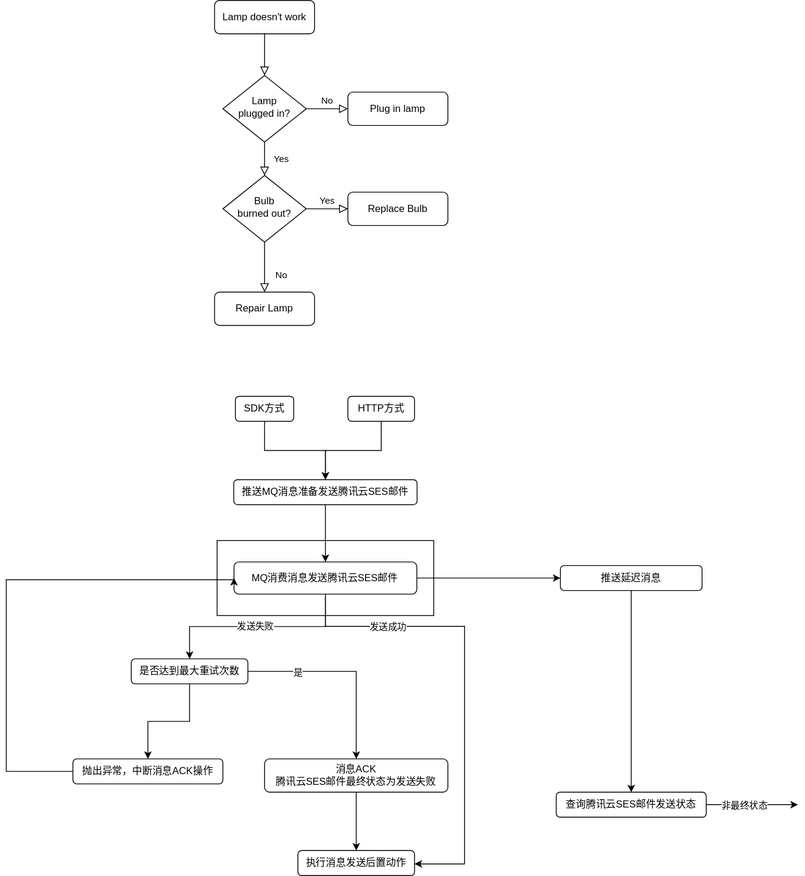
The draw.io diagram 新增消息类型.drawio.svg in 1171229771/draw, before a commit. Source tidied: cells renumbered, new cells last; positions are measured from the earlier drawing's top-left corner, leaving out a move shared by most shapes.
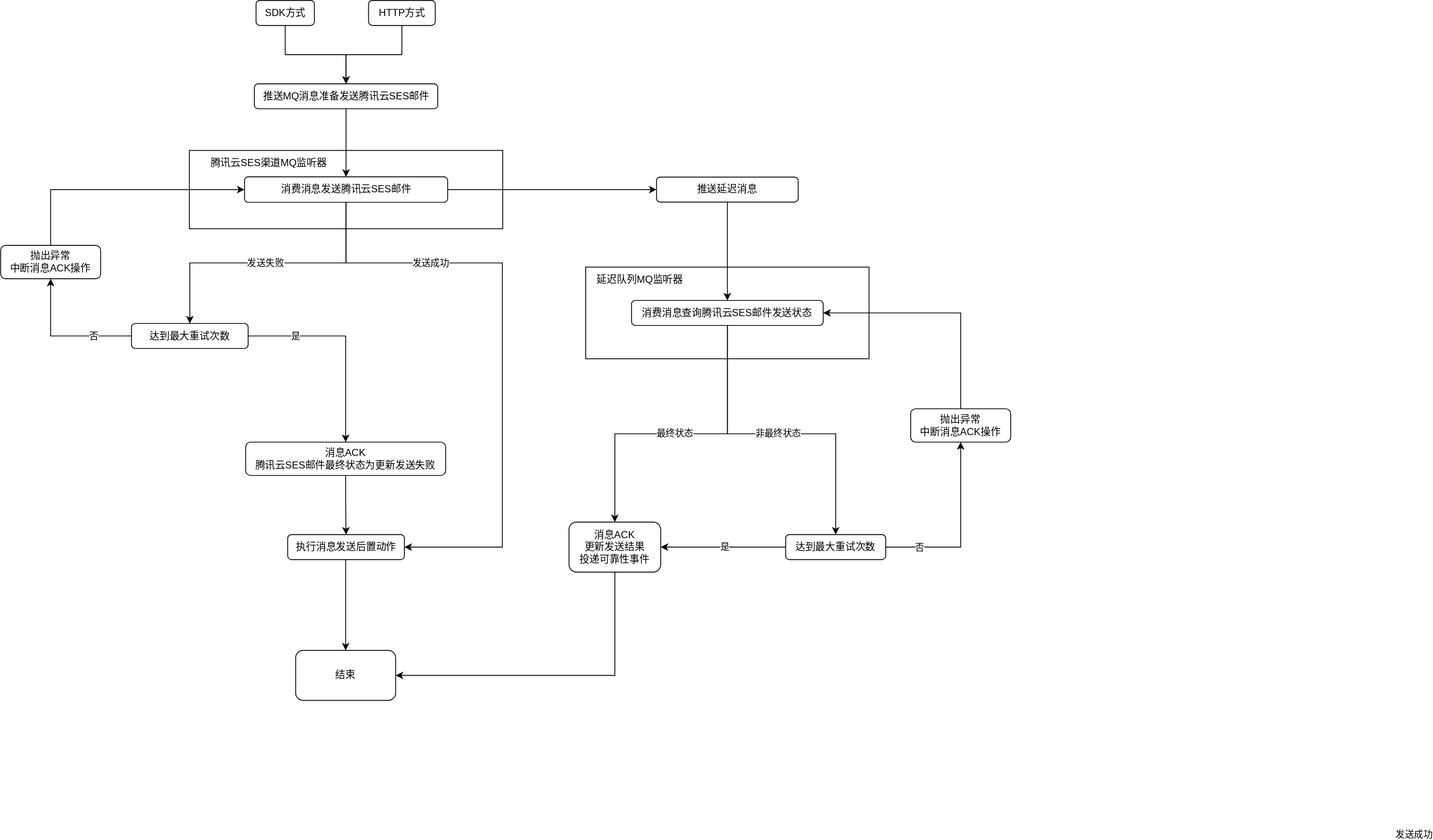
The same file after the commit.

Commit message:
更新新增消息类型.drawio.svg

Change to the diagram source:
```diff
@@ -2,45 +2,24 @@
   <root>
     <mxCell id="0" />
     <mxCell id="1" parent="0" />
+    <mxCell id="41" style="group;fillColor=default;strokeColor=default;" parent="1" vertex="1">
+      <mxGeometry x="670" y="790" width="340" height="110" as="geometry" />
+    </mxCell>
+    <mxCell id="42" value="消费消息查询腾讯云SES邮件发送状态" style="rounded=1;whiteSpace=wrap;html=1;" parent="41" vertex="1">
+      <mxGeometry x="55" y="40" width="230" height="30" as="geometry" />
+    </mxCell>
+    <mxCell id="43" value="延迟队列MQ监听器" style="text;html=1;align=center;verticalAlign=middle;strokeColor=none;fillColor=none;" parent="41" vertex="1">
+      <mxGeometry width="130" height="30" as="geometry" />
+    </mxCell>
     <mxCell id="2" style="group;fillColor=default;strokeColor=default;" parent="1" vertex="1">
-      <mxGeometry x="253" y="648" width="260" height="90" as="geometry" />
+      <mxGeometry x="194.5" y="650" width="376" height="94" as="geometry" />
     </mxCell>
-    <mxCell id="3" value="MQ消费消息发送腾讯云SES邮件" style="rounded=1;whiteSpace=wrap;html=1;" parent="2" vertex="1">
-      <mxGeometry x="20.3" y="25.7" width="219.4" height="38.6" as="geometry" />
+    <mxCell id="3" value="消费消息发送腾讯云SES邮件" style="rounded=1;whiteSpace=wrap;html=1;" parent="2" vertex="1">
+      <mxGeometry x="66.1" y="31.7" width="243.8" height="30.6" as="geometry" />
     </mxCell>
-    <mxCell id="4" style="rounded=0;html=1;jettySize=auto;fontSize=11;endArrow=block;endFill=0;endSize=8;strokeWidth=1;shadow=0;labelBackgroundColor=none;edgeStyle=orthogonalEdgeStyle;" parent="1" edge="1" source="5" target="8">
-      <mxGeometry relative="1" as="geometry" />
-    </mxCell>
-    <mxCell id="5" value="Lamp doesn't work" style="rounded=1;whiteSpace=wrap;html=1;fontSize=12;glass=0;strokeWidth=1;shadow=0;" parent="1" vertex="1">
-      <mxGeometry x="250" width="120" height="40" as="geometry" />
-    </mxCell>
-    <mxCell id="6" value="Yes" style="rounded=0;html=1;jettySize=auto;fontSize=11;endArrow=block;endFill=0;endSize=8;strokeWidth=1;shadow=0;labelBackgroundColor=none;edgeStyle=orthogonalEdgeStyle;" parent="1" edge="1" source="8" target="12">
-      <mxGeometry y="20" relative="1" as="geometry" />
-    </mxCell>
-    <mxCell id="7" value="No" style="edgeStyle=orthogonalEdgeStyle;rounded=0;html=1;jettySize=auto;fontSize=11;endArrow=block;endFill=0;endSize=8;strokeWidth=1;shadow=0;labelBackgroundColor=none;" parent="1" edge="1" source="8" target="9">
-      <mxGeometry y="10" relative="1" as="geometry" />
-    </mxCell>
-    <mxCell id="8" value="Lamp&lt;br&gt;plugged in?" style="rhombus;whiteSpace=wrap;html=1;shadow=0;fontFamily=Helvetica;fontSize=12;align=center;strokeWidth=1;spacing=6;spacingTop=-4;" parent="1" vertex="1">
-      <mxGeometry x="260" y="90" width="100" height="80" as="geometry" />
-    </mxCell>
-    <mxCell id="9" value="Plug in lamp" style="rounded=1;whiteSpace=wrap;html=1;fontSize=12;glass=0;strokeWidth=1;shadow=0;" parent="1" vertex="1">
-      <mxGeometry x="410" y="110" width="120" height="40" as="geometry" />
-    </mxCell>
-    <mxCell id="10" value="No" style="rounded=0;html=1;jettySize=auto;fontSize=11;endArrow=block;endFill=0;endSize=8;strokeWidth=1;shadow=0;labelBackgroundColor=none;edgeStyle=orthogonalEdgeStyle;" parent="1" edge="1" source="12" target="13">
-      <mxGeometry x="0.33" y="20" relative="1" as="geometry" />
-    </mxCell>
-    <mxCell id="11" value="Yes" style="edgeStyle=orthogonalEdgeStyle;rounded=0;html=1;jettySize=auto;fontSize=11;endArrow=block;endFill=0;endSize=8;strokeWidth=1;shadow=0;labelBackgroundColor=none;" parent="1" edge="1" source="12" target="14">
-      <mxGeometry y="10" relative="1" as="geometry" />
-    </mxCell>
-    <mxCell id="12" value="Bulb&lt;br&gt;burned out?" style="rhombus;whiteSpace=wrap;html=1;shadow=0;fontFamily=Helvetica;fontSize=12;align=center;strokeWidth=1;spacing=6;spacingTop=-4;" parent="1" vertex="1">
-      <mxGeometry x="260" y="210" width="100" height="80" as="geometry" />
-    </mxCell>
-    <mxCell id="13" value="Repair Lamp" style="rounded=1;whiteSpace=wrap;html=1;fontSize=12;glass=0;strokeWidth=1;shadow=0;" parent="1" vertex="1">
-      <mxGeometry x="250" y="350" width="120" height="40" as="geometry" />
-    </mxCell>
-    <mxCell id="14" value="Replace Bulb" style="rounded=1;whiteSpace=wrap;html=1;fontSize=12;glass=0;strokeWidth=1;shadow=0;" parent="1" vertex="1">
-      <mxGeometry x="410" y="230" width="120" height="40" as="geometry" />
-    </mxCell>
+    <mxCell id="44" value="腾讯云SES渠道MQ监听器" style="text;html=1;strokeColor=none;fillColor=none;align=center;verticalAlign=middle;whiteSpace=wrap;rounded=0;" parent="2" vertex="1">
+      <mxGeometry x="15.5" width="160" height="30" as="geometry" />
+    </mxCell>
     <mxCell id="15" style="edgeStyle=orthogonalEdgeStyle;rounded=0;jettySize=auto;html=1;entryX=0.5;entryY=0;entryDx=0;entryDy=0;" parent="1" edge="1" source="25" target="18">
       <mxGeometry relative="1" as="geometry" />
     </mxCell>
@@ -51,37 +30,13 @@
       <mxGeometry relative="1" as="geometry" />
     </mxCell>
     <mxCell id="18" value="推送MQ消息准备发送腾讯云SES邮件" style="rounded=1;whiteSpace=wrap;html=1;" parent="1" vertex="1">
-      <mxGeometry x="273" y="575" width="220" height="30" as="geometry" />
+      <mxGeometry x="272.5" y="570" width="220" height="30" as="geometry" />
     </mxCell>
     <mxCell id="19" style="edgeStyle=orthogonalEdgeStyle;rounded=0;jettySize=auto;html=1;" parent="1" edge="1" source="3" target="28">
       <mxGeometry relative="1" as="geometry" />
     </mxCell>
-    <mxCell id="20" style="edgeStyle=orthogonalEdgeStyle;rounded=0;orthogonalLoop=1;jettySize=auto;html=1;exitX=0.5;exitY=1;exitDx=0;exitDy=0;entryX=1;entryY=0.5;entryDx=0;entryDy=0;" parent="1" edge="1">
-      <mxGeometry relative="1" as="geometry">
-        <mxPoint x="383" y="715.3" as="sourcePoint" />
-        <mxPoint x="490" y="1036" as="targetPoint" />
-        <Array as="points">
-          <mxPoint x="383" y="751" />
-          <mxPoint x="550" y="751" />
-          <mxPoint x="550" y="1036" />
-        </Array>
-      </mxGeometry>
-    </mxCell>
-    <mxCell id="21" value="发送成功" style="edgeLabel;html=1;align=center;verticalAlign=middle;" parent="20" vertex="1">
-      <mxGeometry x="-0.04" width="70" height="30" relative="1" as="geometry">
-        <mxPoint x="-127" y="-73" as="offset" />
-      </mxGeometry>
-    </mxCell>
-    <mxCell id="22" style="edgeStyle=orthogonalEdgeStyle;rounded=0;jettySize=auto;html=1;" parent="1" edge="1" source="3" target="35">
-      <mxGeometry relative="1" as="geometry" />
-    </mxCell>
-    <mxCell id="23" value="发送失败" style="edgeLabel;html=1;align=center;verticalAlign=middle;" parent="22" vertex="1">
-      <mxGeometry x="0.12" y="3" width="70" height="30" relative="1" as="geometry">
-        <mxPoint x="-23" y="-18" as="offset" />
-      </mxGeometry>
-    </mxCell>
     <mxCell id="24" style="group;" parent="1" vertex="1">
-      <mxGeometry x="275" y="475" width="215" height="30" as="geometry" />
+      <mxGeometry x="274.5" y="470" width="215" height="30" as="geometry" />
     </mxCell>
     <mxCell id="25" value="SDK方式" style="rounded=1;whiteSpace=wrap;html=1;fontSize=12;glass=0;strokeWidth=1;shadow=0;" parent="24" vertex="1">
       <mxGeometry width="70" height="30" as="geometry" />
@@ -89,58 +44,149 @@
     <mxCell id="26" value="HTTP方式&lt;br&gt;" style="rounded=1;whiteSpace=wrap;html=1;" parent="24" vertex="1">
       <mxGeometry x="135" width="80" height="30" as="geometry" />
     </mxCell>
-    <mxCell id="27" style="edgeStyle=orthogonalEdgeStyle;rounded=0;jettySize=auto;html=1;entryX=0.5;entryY=0;entryDx=0;entryDy=0;" parent="1" edge="1" source="28" target="31">
+    <mxCell id="27" style="edgeStyle=orthogonalEdgeStyle;rounded=0;jettySize=auto;html=1;entryX=0.5;entryY=0;entryDx=0;entryDy=0;" parent="1" edge="1" source="28" target="42">
       <mxGeometry relative="1" as="geometry" />
     </mxCell>
     <mxCell id="28" value="推送延迟消息" style="rounded=1;whiteSpace=wrap;html=1;" parent="1" vertex="1">
-      <mxGeometry x="665" y="678" width="170" height="30" as="geometry" />
+      <mxGeometry x="755" y="682" width="170" height="30" as="geometry" />
     </mxCell>
-    <mxCell id="29" style="edgeStyle=orthogonalEdgeStyle;rounded=0;jettySize=auto;html=1;" parent="1" edge="1" source="31">
-      <mxGeometry relative="1" as="geometry">
-        <mxPoint x="950" y="965" as="targetPoint" />
-      </mxGeometry>
-    </mxCell>
-    <mxCell id="30" value="非最终状态" style="edgeLabel;html=1;align=center;verticalAlign=middle;" parent="29" vertex="1">
-      <mxGeometry x="-0.19" y="-2" relative="1" as="geometry">
-        <mxPoint y="-2" as="offset" />
-      </mxGeometry>
-    </mxCell>
-    <mxCell id="31" value="查询腾讯云SES邮件发送状态&lt;br&gt;" style="rounded=1;whiteSpace=wrap;html=1;" parent="1" vertex="1">
-      <mxGeometry x="660" y="950" width="180" height="30" as="geometry" />
-    </mxCell>
-    <mxCell id="32" style="edgeStyle=orthogonalEdgeStyle;rounded=0;jettySize=auto;html=1;" parent="1" edge="1" source="35" target="37">
-      <mxGeometry relative="1" as="geometry" />
+    <mxCell id="32" style="edgeStyle=orthogonalEdgeStyle;rounded=0;jettySize=auto;html=1;entryX=0.5;entryY=0;entryDx=0;entryDy=0;" parent="1" edge="1" source="35" target="37">
+      <mxGeometry relative="1" as="geometry">
+        <Array as="points">
+          <mxPoint x="382" y="873" />
+        </Array>
+      </mxGeometry>
     </mxCell>
-    <mxCell id="33" value="是" style="edgeLabel;html=1;align=center;verticalAlign=middle;" parent="32" vertex="1">
-      <mxGeometry x="-0.3" y="-2" width="30" height="30" relative="1" as="geometry">
-        <mxPoint x="-38" y="-15" as="offset" />
-      </mxGeometry>
-    </mxCell>
+    <mxCell id="45" value="是" style="edgeLabel;html=1;align=center;verticalAlign=middle;" parent="32" vertex="1">
+      <mxGeometry x="0.21" y="2" relative="1" as="geometry">
+        <mxPoint x="-63" y="-31" as="offset" />
+      </mxGeometry>
+    </mxCell>
-    <mxCell id="34" style="edgeStyle=orthogonalEdgeStyle;rounded=0;jettySize=auto;html=1;entryX=0.5;entryY=0;entryDx=0;entryDy=0;" parent="1" edge="1" source="35" target="39">
+    <mxCell id="34" style="edgeStyle=orthogonalEdgeStyle;rounded=0;jettySize=auto;html=1;" parent="1" edge="1" source="35" target="39">
       <mxGeometry relative="1" as="geometry" />
     </mxCell>
+    <mxCell id="46" value="否" style="edgeLabel;html=1;align=center;verticalAlign=middle;" parent="34" vertex="1">
+      <mxGeometry x="0.14" y="1" relative="1" as="geometry">
+        <mxPoint x="48" y="-1" as="offset" />
+      </mxGeometry>
+    </mxCell>
-    <mxCell id="35" value="是否达到最大重试次数" style="rounded=1;whiteSpace=wrap;html=1;" parent="1" vertex="1">
-      <mxGeometry x="150" y="790" width="140" height="30" as="geometry" />
+    <mxCell id="35" value="达到最大重试次数" style="rounded=1;whiteSpace=wrap;html=1;" parent="1" vertex="1">
+      <mxGeometry x="125" y="857.7" width="140" height="30" as="geometry" />
     </mxCell>
     <mxCell id="36" style="edgeStyle=orthogonalEdgeStyle;rounded=0;jettySize=auto;html=1;entryX=0.5;entryY=0;entryDx=0;entryDy=0;" parent="1" edge="1" source="37" target="40">
       <mxGeometry relative="1" as="geometry" />
     </mxCell>
-    <mxCell id="37" value="消息ACK&lt;br&gt;腾讯云SES邮件最终状态为发送失败" style="rounded=1;whiteSpace=wrap;html=1;" parent="1" vertex="1">
-      <mxGeometry x="310" y="910" width="220" height="40" as="geometry" />
+    <mxCell id="37" value="消息ACK&lt;br&gt;腾讯云SES邮件最终状态为更新发送失败" style="rounded=1;whiteSpace=wrap;html=1;" parent="1" vertex="1">
+      <mxGeometry x="262" y="1000" width="240" height="40" as="geometry" />
     </mxCell>
-    <mxCell id="38" style="edgeStyle=orthogonalEdgeStyle;rounded=0;jettySize=auto;html=1;entryX=0;entryY=0.5;entryDx=0;entryDy=0;" parent="1" edge="1" source="39" target="3">
-      <mxGeometry relative="1" as="geometry">
-        <Array as="points">
-          <mxPoint y="925" />
-          <mxPoint y="695" />
-        </Array>
-      </mxGeometry>
+    <mxCell id="38" style="edgeStyle=orthogonalEdgeStyle;rounded=0;jettySize=auto;html=1;exitX=0.5;exitY=0;exitDx=0;exitDy=0;entryX=0;entryY=0.5;entryDx=0;entryDy=0;" parent="1" edge="1" source="39" target="3">
+      <mxGeometry relative="1" as="geometry" />
     </mxCell>
-    <mxCell id="39" value="抛出异常，中断消息ACK操作" style="rounded=1;whiteSpace=wrap;html=1;" parent="1" vertex="1">
-      <mxGeometry x="80" y="910" width="180" height="30" as="geometry" />
+    <mxCell id="39" value="抛出异常&lt;br&gt;中断消息ACK操作" style="rounded=1;whiteSpace=wrap;html=1;" parent="1" vertex="1">
+      <mxGeometry x="-32" y="764" width="120" height="40" as="geometry" />
     </mxCell>
+    <mxCell id="47" style="edgeStyle=orthogonalEdgeStyle;rounded=0;jettySize=auto;html=1;" parent="1" edge="1" source="40">
+      <mxGeometry relative="1" as="geometry">
+        <mxPoint x="382" y="1250" as="targetPoint" />
+      </mxGeometry>
+    </mxCell>
     <mxCell id="40" value="执行消息发送后置动作" style="rounded=1;whiteSpace=wrap;html=1;" parent="1" vertex="1">
-      <mxGeometry x="350" y="1020" width="140" height="30" as="geometry" />
+      <mxGeometry x="312.5" y="1111" width="140" height="30" as="geometry" />
     </mxCell>
+    <mxCell id="48" style="edgeStyle=orthogonalEdgeStyle;rounded=0;jettySize=auto;html=1;exitX=0.5;exitY=1;exitDx=0;exitDy=0;entryX=1;entryY=0.5;entryDx=0;entryDy=0;" parent="1" edge="1" source="3" target="40">
+      <mxGeometry relative="1" as="geometry">
+        <Array as="points">
+          <mxPoint x="383" y="785" />
+          <mxPoint x="570" y="785" />
+          <mxPoint x="570" y="1126" />
+        </Array>
+      </mxGeometry>
+    </mxCell>
+    <mxCell id="49" value="发送成功" style="edgeLabel;html=1;align=center;verticalAlign=middle;" parent="48" vertex="1">
+      <mxGeometry x="-0.57" y="1" relative="1" as="geometry">
+        <mxPoint x="1198" y="686" as="offset" />
+      </mxGeometry>
+    </mxCell>
+    <mxCell id="50" value="发送成功" style="edgeLabel;html=1;align=center;verticalAlign=middle;" parent="48" vertex="1">
+      <mxGeometry x="-0.59" y="3" relative="1" as="geometry">
+        <mxPoint x="26" y="2" as="offset" />
+      </mxGeometry>
+    </mxCell>
+    <mxCell id="51" style="edgeStyle=orthogonalEdgeStyle;rounded=0;jettySize=auto;html=1;entryX=1;entryY=0.5;entryDx=0;entryDy=0;" parent="1" edge="1" source="52" target="63">
+      <mxGeometry relative="1" as="geometry">
+        <Array as="points">
+          <mxPoint x="705" y="1280" />
+        </Array>
+      </mxGeometry>
+    </mxCell>
+    <mxCell id="52" value="消息ACK&lt;br&gt;更新发送结果&lt;br&gt;投递可靠性事件" style="rounded=1;whiteSpace=wrap;html=1;" parent="1" vertex="1">
+      <mxGeometry x="650" y="1096" width="110" height="60" as="geometry" />
+    </mxCell>
+    <mxCell id="53" style="edgeStyle=orthogonalEdgeStyle;rounded=0;jettySize=auto;html=1;entryX=0.5;entryY=0;entryDx=0;entryDy=0;" parent="1" edge="1" source="42" target="52">
+      <mxGeometry relative="1" as="geometry">
+        <Array as="points">
+          <mxPoint x="840" y="990" />
+          <mxPoint x="705" y="990" />
+        </Array>
+      </mxGeometry>
+    </mxCell>
+    <mxCell id="54" value="最终状态" style="edgeLabel;html=1;align=center;verticalAlign=middle;" parent="53" vertex="1">
+      <mxGeometry x="0.08" y="-1" width="70" height="30" relative="1" as="geometry">
+        <mxPoint x="-28" y="-14" as="offset" />
+      </mxGeometry>
+    </mxCell>
+    <mxCell id="55" style="edgeStyle=orthogonalEdgeStyle;rounded=0;jettySize=auto;html=1;entryX=1;entryY=0.5;entryDx=0;entryDy=0;" parent="1" edge="1" source="59" target="52">
+      <mxGeometry relative="1" as="geometry" />
+    </mxCell>
+    <mxCell id="56" value="是" style="edgeLabel;html=1;align=center;verticalAlign=middle;" parent="55" vertex="1">
+      <mxGeometry x="-0.01" y="4" relative="1" as="geometry">
+        <mxPoint y="-5" as="offset" />
+      </mxGeometry>
+    </mxCell>
+    <mxCell id="57" style="edgeStyle=orthogonalEdgeStyle;rounded=0;jettySize=auto;html=1;exitX=1;exitY=0.5;exitDx=0;exitDy=0;entryX=0.5;entryY=1;entryDx=0;entryDy=0;" parent="1" edge="1" source="59" target="61">
+      <mxGeometry relative="1" as="geometry" />
+    </mxCell>
+    <mxCell id="58" value="否" style="edgeLabel;html=1;align=center;verticalAlign=middle;" parent="57" vertex="1">
+      <mxGeometry x="-0.51" y="2" relative="1" as="geometry">
+        <mxPoint x="-13" y="2" as="offset" />
+      </mxGeometry>
+    </mxCell>
+    <mxCell id="59" value="达到最大重试次数" style="rounded=1;whiteSpace=wrap;html=1;" parent="1" vertex="1">
+      <mxGeometry x="910" y="1111" width="120" height="30" as="geometry" />
+    </mxCell>
+    <mxCell id="60" style="edgeStyle=orthogonalEdgeStyle;rounded=0;jettySize=auto;html=1;entryX=1;entryY=0.5;entryDx=0;entryDy=0;exitX=0.5;exitY=0;exitDx=0;exitDy=0;" parent="1" edge="1" source="61" target="42">
+      <mxGeometry relative="1" as="geometry">
+        <Array as="points">
+          <mxPoint x="1120" y="845" />
+        </Array>
+      </mxGeometry>
+    </mxCell>
+    <mxCell id="61" value="抛出异常&lt;br style=&quot;border-color: var(--border-color);&quot;&gt;中断消息ACK操作" style="whiteSpace=wrap;html=1;rounded=1;" parent="1" vertex="1">
+      <mxGeometry x="1060" y="960" width="120" height="40" as="geometry" />
+    </mxCell>
+    <mxCell id="62" style="edgeStyle=orthogonalEdgeStyle;rounded=0;jettySize=auto;html=1;entryX=0.5;entryY=0;entryDx=0;entryDy=0;" parent="1" edge="1" source="42" target="59">
+      <mxGeometry relative="1" as="geometry">
+        <Array as="points">
+          <mxPoint x="840" y="990" />
+          <mxPoint x="970" y="990" />
+        </Array>
+      </mxGeometry>
+    </mxCell>
+    <mxCell id="30" value="非最终状态" style="edgeLabel;html=1;align=center;verticalAlign=middle;" parent="62" vertex="1">
+      <mxGeometry x="-0.09" y="2" relative="1" as="geometry">
+        <mxPoint x="17" y="1" as="offset" />
+      </mxGeometry>
+    </mxCell>
+    <mxCell id="63" value="结束" style="rounded=1;whiteSpace=wrap;html=1;" parent="1" vertex="1">
+      <mxGeometry x="322" y="1250" width="120" height="60" as="geometry" />
+    </mxCell>
+    <mxCell id="22" style="edgeStyle=orthogonalEdgeStyle;rounded=0;jettySize=auto;html=1;entryX=0.5;entryY=0;entryDx=0;entryDy=0;exitX=0.5;exitY=1;exitDx=0;exitDy=0;" parent="1" edge="1" source="3" target="35">
+      <mxGeometry relative="1" as="geometry" />
+    </mxCell>
+    <mxCell id="23" value="发送失败" style="edgeLabel;html=1;align=center;verticalAlign=middle;" parent="22" vertex="1">
+      <mxGeometry x="0.02" y="-3" relative="1" as="geometry">
+        <mxPoint y="2" as="offset" />
+      </mxGeometry>
+    </mxCell>
   </root>
 </mxGraphModel>
```
